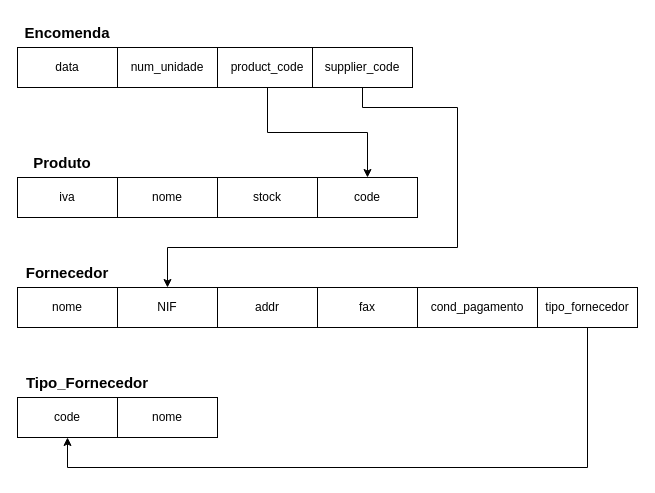
Above: Aula3/ex3a.drawio in roldao04/BD (draw.io), before the change. Source tidied: cells renumbered, new cells numbered last; positions are measured from the earlier drawing's top-left corner, leaving out a move shared by most shapes. Both pictures are drawn from the tidied source at 100%, with x=0, y=0 at pixel (17, 17).
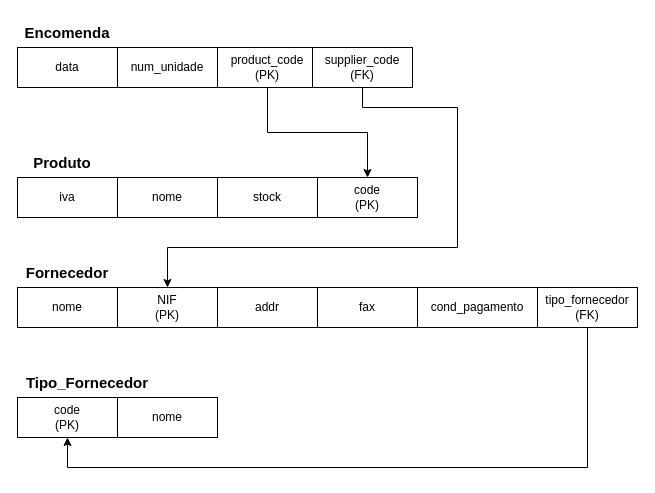
After the change.

The edit, as a diff of the source:
```diff
@@
-    <mxCell id="9" value="code" style="rounded=0;whiteSpace=wrap;html=1;" parent="1" vertex="1">
+    <mxCell id="9" value="code&lt;div&gt;(PK)&lt;/div&gt;" style="rounded=0;whiteSpace=wrap;html=1;" parent="1" vertex="1">
       <mxGeometry x="300" y="160" width="100" height="40" as="geometry" />
     </mxCell>
@@
-    <mxCell id="11" value="product_code" style="rounded=0;whiteSpace=wrap;html=1;" parent="1" vertex="1">
+    <mxCell id="11" value="product_code&lt;div&gt;(PK)&lt;/div&gt;" style="rounded=0;whiteSpace=wrap;html=1;" parent="1" vertex="1">
       <mxGeometry x="200" y="30" width="100" height="40" as="geometry" />
     </mxCell>
@@
-    <mxCell id="14" value="NIF" style="rounded=0;whiteSpace=wrap;html=1;" parent="1" vertex="1">
+    <mxCell id="14" value="NIF&lt;div&gt;(PK)&lt;/div&gt;" style="rounded=0;whiteSpace=wrap;html=1;" parent="1" vertex="1">
       <mxGeometry x="100" y="270" width="100" height="40" as="geometry" />
     </mxCell>
@@
-    <mxCell id="19" value="supplier_code" style="rounded=0;whiteSpace=wrap;html=1;" parent="1" vertex="1">
+    <mxCell id="19" value="supplier_code&lt;div&gt;(FK)&lt;/div&gt;" style="rounded=0;whiteSpace=wrap;html=1;" parent="1" vertex="1">
       <mxGeometry x="295" y="30" width="100" height="40" as="geometry" />
     </mxCell>
@@
-    <mxCell id="21" value="code" style="rounded=0;whiteSpace=wrap;html=1;" parent="1" vertex="1">
+    <mxCell id="21" value="code&lt;div&gt;(PK)&lt;/div&gt;" style="rounded=0;whiteSpace=wrap;html=1;" parent="1" vertex="1">
       <mxGeometry y="380" width="100" height="40" as="geometry" />
     </mxCell>
@@
-    <mxCell id="24" value="tipo_fornecedor" style="rounded=0;whiteSpace=wrap;html=1;" parent="1" vertex="1">
+    <mxCell id="24" value="tipo_fornecedor&lt;div&gt;(FK)&lt;/div&gt;" style="rounded=0;whiteSpace=wrap;html=1;" parent="1" vertex="1">
       <mxGeometry x="520" y="270" width="100" height="40" as="geometry" />
     </mxCell>
```
